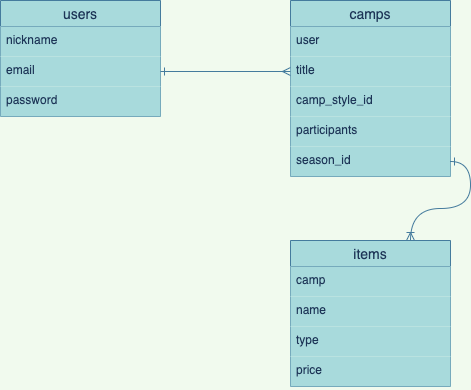
Earlier version of the draw.io export public/database.png (motoki6318/camp-style). Source tidied: cells renumbered, new cells last; positions are measured from the earlier drawing's top-left corner, leaving out a move shared by most shapes. Its diagram source:
```xml
<mxGraphModel background="#F1FAEE">
  <root>
    <mxCell id="0" />
    <mxCell id="1" parent="0" />
    <mxCell id="2" value="users" style="swimlane;fontStyle=0;horizontal=1;startSize=26;align=center;fontSize=14;fillColor=#A8DADC;strokeColor=#457B9D;fontColor=#1D3557;" parent="1" vertex="1">
      <mxGeometry width="160" height="116" as="geometry" />
    </mxCell>
    <mxCell id="3" value="nickname" style="text;spacingLeft=4;spacingRight=4;overflow=hidden;fontSize=12;fillColor=#A8DADC;fontColor=#1D3557;" parent="2" vertex="1">
      <mxGeometry y="26" width="160" height="30" as="geometry" />
    </mxCell>
    <mxCell id="4" value="email" style="text;strokeColor=none;spacingLeft=4;spacingRight=4;overflow=hidden;points=[[0,0.5],[1,0.5]];portConstraint=eastwest;fontSize=12;fillColor=#A8DADC;fontColor=#1D3557;" parent="2" vertex="1">
      <mxGeometry y="56" width="160" height="30" as="geometry" />
    </mxCell>
    <mxCell id="5" value="password" style="text;strokeColor=none;spacingLeft=4;spacingRight=4;overflow=hidden;fontSize=12;fillColor=#A8DADC;fontColor=#1D3557;" parent="2" vertex="1">
      <mxGeometry y="86" width="160" height="30" as="geometry" />
    </mxCell>
    <mxCell id="6" value="camps" style="swimlane;fontStyle=0;horizontal=1;startSize=26;align=center;fontSize=14;fillColor=#A8DADC;strokeColor=#457B9D;fontColor=#1D3557;" parent="1" vertex="1">
      <mxGeometry x="290" width="160" height="176" as="geometry" />
    </mxCell>
    <mxCell id="7" value="user" style="text;strokeColor=none;spacingLeft=4;spacingRight=4;overflow=hidden;fontSize=12;fillColor=#A8DADC;fontColor=#1D3557;" parent="6" vertex="1">
      <mxGeometry y="26" width="160" height="30" as="geometry" />
    </mxCell>
    <mxCell id="8" value="title" style="text;strokeColor=none;spacingLeft=4;spacingRight=4;overflow=hidden;points=[[0,0.5],[1,0.5]];portConstraint=eastwest;fontSize=12;fillColor=#A8DADC;fontColor=#1D3557;" parent="6" vertex="1">
      <mxGeometry y="56" width="160" height="30" as="geometry" />
    </mxCell>
    <mxCell id="9" value="camp_style_id" style="text;strokeColor=none;spacingLeft=4;spacingRight=4;overflow=hidden;fontSize=12;fillColor=#A8DADC;fontColor=#1D3557;" parent="6" vertex="1">
      <mxGeometry y="86" width="160" height="30" as="geometry" />
    </mxCell>
    <mxCell id="10" value="participants" style="text;strokeColor=none;spacingLeft=4;spacingRight=4;overflow=hidden;fontSize=12;fillColor=#A8DADC;fontColor=#1D3557;" parent="6" vertex="1">
      <mxGeometry y="116" width="160" height="30" as="geometry" />
    </mxCell>
    <mxCell id="11" value="season_id" style="text;strokeColor=none;spacingLeft=4;spacingRight=4;overflow=hidden;points=[[0,0.5],[1,0.5]];portConstraint=eastwest;fontSize=12;fillColor=#A8DADC;fontColor=#1D3557;" parent="6" vertex="1">
      <mxGeometry y="146" width="160" height="30" as="geometry" />
    </mxCell>
    <mxCell id="12" value="items" style="swimlane;fontStyle=0;horizontal=1;startSize=26;align=center;fontSize=14;fillColor=#A8DADC;strokeColor=#457B9D;fontColor=#1D3557;" parent="1" vertex="1">
      <mxGeometry x="290" y="240" width="160" height="146" as="geometry" />
    </mxCell>
    <mxCell id="13" value="camp" style="text;strokeColor=none;spacingLeft=4;spacingRight=4;overflow=hidden;points=[[0,0.5],[1,0.5]];portConstraint=eastwest;fontSize=12;fillColor=#A8DADC;fontColor=#1D3557;" parent="12" vertex="1">
      <mxGeometry y="26" width="160" height="30" as="geometry" />
    </mxCell>
    <mxCell id="14" value="name" style="text;strokeColor=none;spacingLeft=4;spacingRight=4;overflow=hidden;fontSize=12;fillColor=#A8DADC;fontColor=#1D3557;" parent="12" vertex="1">
      <mxGeometry y="56" width="160" height="30" as="geometry" />
    </mxCell>
    <mxCell id="15" value="type" style="text;strokeColor=none;spacingLeft=4;spacingRight=4;overflow=hidden;fontSize=12;fillColor=#A8DADC;fontColor=#1D3557;" parent="12" vertex="1">
      <mxGeometry y="86" width="160" height="30" as="geometry" />
    </mxCell>
    <mxCell id="16" value="price" style="text;strokeColor=none;spacingLeft=4;spacingRight=4;overflow=hidden;fontSize=12;fillColor=#A8DADC;fontColor=#1D3557;" parent="12" vertex="1">
      <mxGeometry y="116" width="160" height="30" as="geometry" />
    </mxCell>
    <mxCell id="17" style="edgeStyle=orthogonalEdgeStyle;rounded=0;jettySize=auto;html=1;exitX=1;exitY=0.5;exitDx=0;exitDy=0;entryX=0;entryY=0.5;entryDx=0;entryDy=0;endArrow=ERmany;endFill=0;startArrow=ERone;startFill=0;curved=1;labelBackgroundColor=#F1FAEE;strokeColor=#457B9D;fontColor=#1D3557;" parent="1" edge="1" source="4" target="8">
      <mxGeometry relative="1" as="geometry" />
    </mxCell>
    <mxCell id="18" style="edgeStyle=orthogonalEdgeStyle;rounded=0;jettySize=auto;html=1;exitX=1;exitY=0.5;exitDx=0;exitDy=0;entryX=0.75;entryY=0;entryDx=0;entryDy=0;endArrow=ERoneToMany;endFill=0;startArrow=ERone;startFill=0;curved=1;labelBackgroundColor=#F1FAEE;strokeColor=#457B9D;fontColor=#1D3557;" parent="1" edge="1" source="11" target="12">
      <mxGeometry relative="1" as="geometry" />
    </mxCell>
  </root>
</mxGraphModel>
```
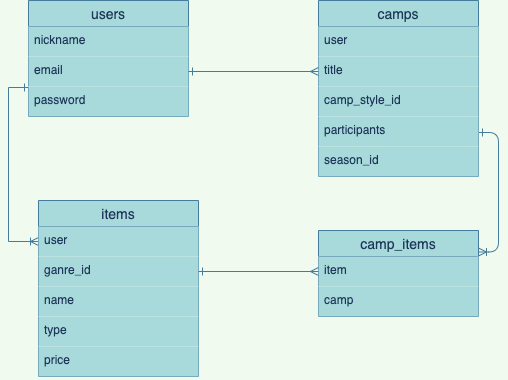
Later version of the same file.

What changed in the source:
```diff
@@ -2,6 +2,9 @@
   <root>
     <mxCell id="0" />
     <mxCell id="1" parent="0" />
+    <mxCell id="19" style="edgeStyle=orthogonalEdgeStyle;rounded=0;jettySize=auto;html=1;exitX=0;exitY=0.75;exitDx=0;exitDy=0;entryX=0;entryY=0.5;entryDx=0;entryDy=0;endArrow=ERoneToMany;endFill=0;startArrow=ERone;startFill=0;strokeColor=#457B9D;fontColor=#1D3557;labelBackgroundColor=#F1FAEE;" parent="1" edge="1" source="2" target="21">
+      <mxGeometry relative="1" as="geometry" />
+    </mxCell>
     <mxCell id="2" value="users" style="swimlane;fontStyle=0;horizontal=1;startSize=26;align=center;fontSize=14;fillColor=#A8DADC;strokeColor=#457B9D;fontColor=#1D3557;" parent="1" vertex="1">
       <mxGeometry width="160" height="116" as="geometry" />
     </mxCell>
@@ -14,6 +17,9 @@
     <mxCell id="5" value="password" style="text;strokeColor=none;spacingLeft=4;spacingRight=4;overflow=hidden;fontSize=12;fillColor=#A8DADC;fontColor=#1D3557;" parent="2" vertex="1">
       <mxGeometry y="86" width="160" height="30" as="geometry" />
     </mxCell>
+    <mxCell id="20" style="edgeStyle=orthogonalEdgeStyle;curved=0;rounded=1;sketch=0;jettySize=auto;html=1;exitX=1;exitY=0.75;exitDx=0;exitDy=0;entryX=1;entryY=0.25;entryDx=0;entryDy=0;strokeColor=#457B9D;fillColor=#A8DADC;fontColor=#1D3557;endArrow=ERoneToMany;endFill=0;startArrow=ERone;startFill=0;" parent="1" edge="1" source="6" target="22">
+      <mxGeometry relative="1" as="geometry" />
+    </mxCell>
     <mxCell id="6" value="camps" style="swimlane;fontStyle=0;horizontal=1;startSize=26;align=center;fontSize=14;fillColor=#A8DADC;strokeColor=#457B9D;fontColor=#1D3557;" parent="1" vertex="1">
       <mxGeometry x="290" width="160" height="176" as="geometry" />
     </mxCell>
@@ -33,25 +39,37 @@
       <mxGeometry y="146" width="160" height="30" as="geometry" />
     </mxCell>
     <mxCell id="12" value="items" style="swimlane;fontStyle=0;horizontal=1;startSize=26;align=center;fontSize=14;fillColor=#A8DADC;strokeColor=#457B9D;fontColor=#1D3557;" parent="1" vertex="1">
-      <mxGeometry x="290" y="240" width="160" height="146" as="geometry" />
+      <mxGeometry x="10" y="200" width="160" height="176" as="geometry" />
     </mxCell>
+    <mxCell id="21" value="user" style="text;strokeColor=none;spacingLeft=4;spacingRight=4;overflow=hidden;points=[[0,0.5],[1,0.5]];portConstraint=eastwest;fontSize=12;fillColor=#A8DADC;fontColor=#1D3557;" parent="12" vertex="1">
+      <mxGeometry y="26" width="160" height="30" as="geometry" />
+    </mxCell>
-    <mxCell id="13" value="camp" style="text;strokeColor=none;spacingLeft=4;spacingRight=4;overflow=hidden;points=[[0,0.5],[1,0.5]];portConstraint=eastwest;fontSize=12;fillColor=#A8DADC;fontColor=#1D3557;" parent="12" vertex="1">
-      <mxGeometry y="26" width="160" height="30" as="geometry" />
+    <mxCell id="13" value="ganre_id" style="text;strokeColor=none;spacingLeft=4;spacingRight=4;overflow=hidden;points=[[0,0.5],[1,0.5]];portConstraint=eastwest;fontSize=12;fillColor=#A8DADC;fontColor=#1D3557;" parent="12" vertex="1">
+      <mxGeometry y="56" width="160" height="30" as="geometry" />
     </mxCell>
     <mxCell id="14" value="name" style="text;strokeColor=none;spacingLeft=4;spacingRight=4;overflow=hidden;fontSize=12;fillColor=#A8DADC;fontColor=#1D3557;" parent="12" vertex="1">
-      <mxGeometry y="56" width="160" height="30" as="geometry" />
+      <mxGeometry y="86" width="160" height="30" as="geometry" />
     </mxCell>
     <mxCell id="15" value="type" style="text;strokeColor=none;spacingLeft=4;spacingRight=4;overflow=hidden;fontSize=12;fillColor=#A8DADC;fontColor=#1D3557;" parent="12" vertex="1">
-      <mxGeometry y="86" width="160" height="30" as="geometry" />
+      <mxGeometry y="116" width="160" height="30" as="geometry" />
     </mxCell>
     <mxCell id="16" value="price" style="text;strokeColor=none;spacingLeft=4;spacingRight=4;overflow=hidden;fontSize=12;fillColor=#A8DADC;fontColor=#1D3557;" parent="12" vertex="1">
-      <mxGeometry y="116" width="160" height="30" as="geometry" />
+      <mxGeometry y="146" width="160" height="30" as="geometry" />
     </mxCell>
-    <mxCell id="17" style="edgeStyle=orthogonalEdgeStyle;rounded=0;jettySize=auto;html=1;exitX=1;exitY=0.5;exitDx=0;exitDy=0;entryX=0;entryY=0.5;entryDx=0;entryDy=0;endArrow=ERmany;endFill=0;startArrow=ERone;startFill=0;curved=1;labelBackgroundColor=#F1FAEE;strokeColor=#457B9D;fontColor=#1D3557;" parent="1" edge="1" source="4" target="8">
+    <mxCell id="17" style="edgeStyle=orthogonalEdgeStyle;rounded=0;jettySize=auto;html=1;exitX=1;exitY=0.5;exitDx=0;exitDy=0;entryX=0;entryY=0.5;entryDx=0;entryDy=0;endArrow=ERmany;endFill=0;startArrow=ERone;startFill=0;curved=1;fontColor=#1D3557;strokeColor=#457B9D;labelBackgroundColor=#F1FAEE;" parent="1" edge="1" source="4" target="8">
       <mxGeometry relative="1" as="geometry" />
     </mxCell>
-    <mxCell id="18" style="edgeStyle=orthogonalEdgeStyle;rounded=0;jettySize=auto;html=1;exitX=1;exitY=0.5;exitDx=0;exitDy=0;entryX=0.75;entryY=0;entryDx=0;entryDy=0;endArrow=ERoneToMany;endFill=0;startArrow=ERone;startFill=0;curved=1;labelBackgroundColor=#F1FAEE;strokeColor=#457B9D;fontColor=#1D3557;" parent="1" edge="1" source="11" target="12">
-      <mxGeometry relative="1" as="geometry" />
-    </mxCell>
+    <mxCell id="22" value="camp_items" style="swimlane;fontStyle=0;horizontal=1;startSize=26;align=center;fontSize=14;fillColor=#A8DADC;strokeColor=#457B9D;fontColor=#1D3557;" parent="1" vertex="1">
+      <mxGeometry x="290" y="230" width="160" height="86" as="geometry" />
+    </mxCell>
+    <mxCell id="23" value="item" style="text;strokeColor=none;spacingLeft=4;spacingRight=4;overflow=hidden;points=[[0,0.5],[1,0.5]];portConstraint=eastwest;fontSize=12;fontColor=#1D3557;fillColor=#A8DADC;" parent="22" vertex="1">
+      <mxGeometry y="26" width="160" height="30" as="geometry" />
+    </mxCell>
+    <mxCell id="24" value="camp" style="text;strokeColor=none;spacingLeft=4;spacingRight=4;overflow=hidden;fontSize=12;fontColor=#1D3557;fillColor=#A8DADC;" parent="22" vertex="1">
+      <mxGeometry y="56" width="160" height="30" as="geometry" />
+    </mxCell>
+    <mxCell id="25" style="edgeStyle=orthogonalEdgeStyle;curved=0;rounded=1;sketch=0;jettySize=auto;html=1;exitX=1;exitY=0.5;exitDx=0;exitDy=0;entryX=0;entryY=0.5;entryDx=0;entryDy=0;strokeColor=#457B9D;fillColor=#A8DADC;fontColor=#1D3557;endArrow=ERmany;endFill=0;startArrow=ERone;startFill=0;" parent="1" edge="1" source="13" target="23">
+      <mxGeometry relative="1" as="geometry" />
+    </mxCell>
   </root>
 </mxGraphModel>
```
